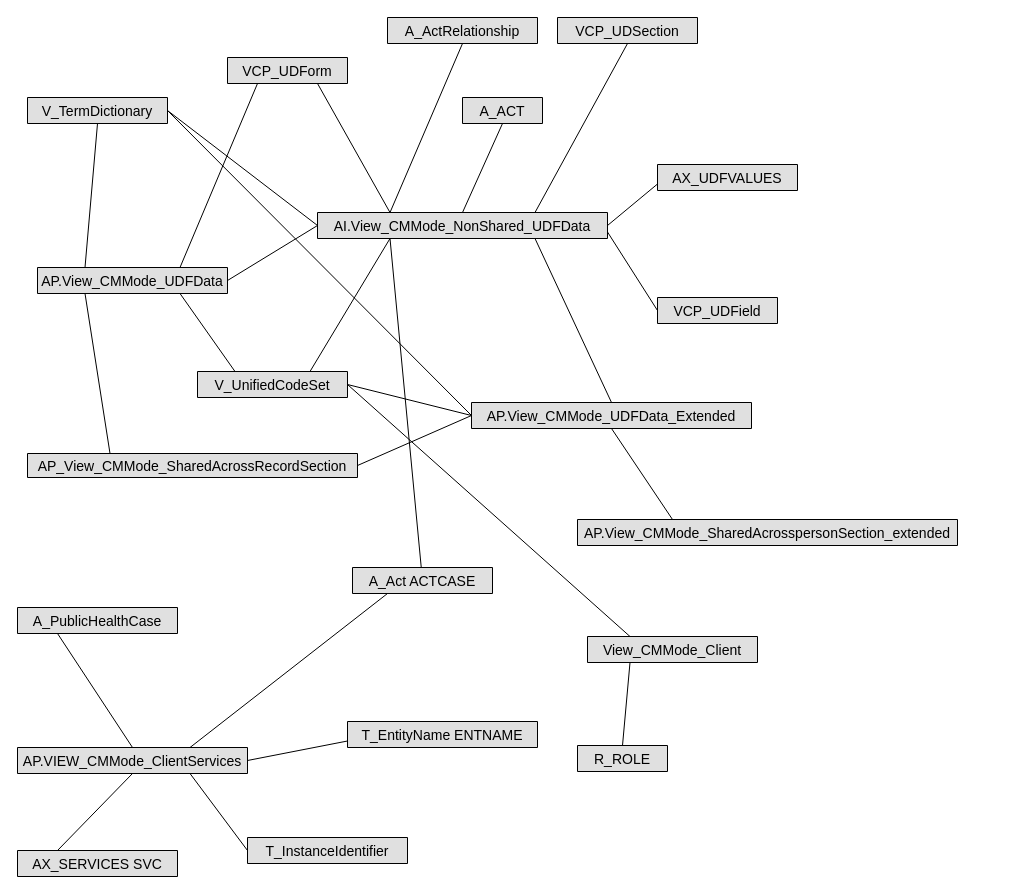
Earlier version of the draw.io diagram HV_DB_ERD.drawio (thomasawolff/verification_text_data). Source tidied: cells renumbered, new cells numbered last; positions are measured from the earlier drawing's top-left corner, leaving out a move shared by most shapes. Both pictures are drawn from the tidied source at 100%, with x=0, y=0 at pixel (17, 17).
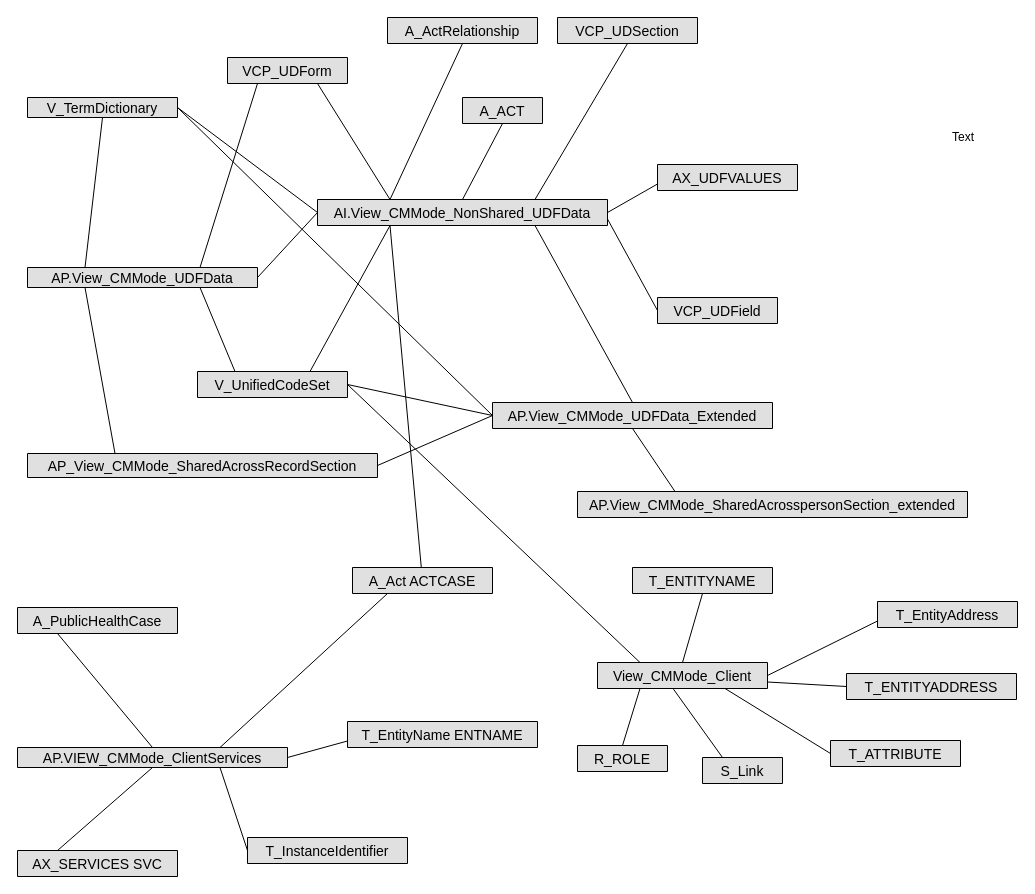
After the change.

Unchanged cells that the change refers to:
```xml
<mxCell id="7" value="V_UnifiedCodeSet" style="swimlane;fontStyle=0;horizontal=1;startSize=26;fillColor=#e0e0e0;swimlaneFillColor=#ffffff;align=center;fontSize=14;" parent="1" vertex="1" collapsed="1">
  <mxGeometry x="180" y="354" width="150" height="26" as="geometry" />
</mxCell>
```

What changed in the source:
```diff
@@
     <mxCell id="2" value="AP.View_CMMode_UDFData" style="swimlane;fontStyle=0;horizontal=1;startSize=26;fillColor=#e0e0e0;swimlaneFillColor=#ffffff;align=center;fontSize=14;" parent="1" vertex="1" collapsed="1">
-      <mxGeometry x="20" y="250" width="190" height="26" as="geometry" />
+      <mxGeometry x="10" y="250" width="230" height="20" as="geometry" />
     </mxCell>
     <mxCell id="3" value="AP_View_CMMode_SharedAcrossRecordSection" style="swimlane;fontStyle=0;horizontal=1;startSize=26;fillColor=#e0e0e0;swimlaneFillColor=#ffffff;align=center;fontSize=14;" parent="1" vertex="1" collapsed="1">
-      <mxGeometry x="10" y="436" width="330" height="24" as="geometry" />
+      <mxGeometry x="10" y="436" width="350" height="24" as="geometry" />
     </mxCell>
@@
     <mxCell id="6" value="V_TermDictionary" style="swimlane;fontStyle=0;horizontal=1;startSize=26;fillColor=#e0e0e0;swimlaneFillColor=#ffffff;align=center;fontSize=14;" parent="1" vertex="1" collapsed="1">
-      <mxGeometry x="10" y="80" width="140" height="26" as="geometry" />
+      <mxGeometry x="10" y="80" width="150" height="20" as="geometry" />
     </mxCell>
@@
     <mxCell id="9" value="AI.View_CMMode_NonShared_UDFData" style="swimlane;fontStyle=0;horizontal=1;startSize=26;fillColor=#e0e0e0;swimlaneFillColor=#ffffff;align=center;fontSize=14;" parent="1" vertex="1" collapsed="1">
-      <mxGeometry x="300" y="195" width="290" height="26" as="geometry" />
+      <mxGeometry x="300" y="182" width="290" height="26" as="geometry" />
     </mxCell>
@@
     <mxCell id="13" value="AP.View_CMMode_UDFData_Extended" style="swimlane;fontStyle=0;horizontal=1;startSize=26;fillColor=#e0e0e0;swimlaneFillColor=#ffffff;align=center;fontSize=14;" parent="1" vertex="1" collapsed="1">
-      <mxGeometry x="454" y="385" width="280" height="26" as="geometry" />
+      <mxGeometry x="475" y="385" width="280" height="26" as="geometry" />
     </mxCell>
@@
-    <mxCell id="16" style="endArrow=none;html=1;exitX=1;exitY=0.5;exitDx=0;exitDy=0;" parent="1" edge="1" source="7">
-      <mxGeometry relative="1" as="geometry">
-        <mxPoint x="454" y="398" as="targetPoint" />
-      </mxGeometry>
+    <mxCell id="16" style="endArrow=none;html=1;exitX=1;exitY=0.5;exitDx=0;exitDy=0;entryX=0;entryY=0.5;entryDx=0;entryDy=0;" parent="1" edge="1" source="7" target="13">
+      <mxGeometry relative="1" as="geometry" />
     </mxCell>
@@
     <mxCell id="18" value="AP.View_CMMode_SharedAcrosspersonSection_extended" style="swimlane;fontStyle=0;horizontal=1;startSize=26;fillColor=#e0e0e0;swimlaneFillColor=#ffffff;align=center;fontSize=14;" parent="1" vertex="1" collapsed="1">
-      <mxGeometry x="560" y="502" width="380" height="26" as="geometry" />
+      <mxGeometry x="560" y="474" width="390" height="26" as="geometry" />
     </mxCell>
@@
     <mxCell id="20" value="AP.VIEW_CMMode_ClientServices" style="swimlane;fontStyle=0;horizontal=1;startSize=26;fillColor=#e0e0e0;swimlaneFillColor=#ffffff;align=center;fontSize=14;" parent="1" vertex="1" collapsed="1">
-      <mxGeometry y="730" width="230" height="26" as="geometry" />
+      <mxGeometry y="730" width="270" height="20" as="geometry" />
     </mxCell>
@@
     <mxCell id="45" value="View_CMMode_Client" style="swimlane;fontStyle=0;horizontal=1;startSize=26;fillColor=#e0e0e0;swimlaneFillColor=#ffffff;align=center;fontSize=14;" parent="1" vertex="1" collapsed="1">
-      <mxGeometry x="570" y="619" width="170" height="26" as="geometry" />
+      <mxGeometry x="580" y="645" width="170" height="26" as="geometry" />
     </mxCell>
@@
+    <mxCell id="49" value="S_Link" style="swimlane;fontStyle=0;horizontal=1;startSize=26;fillColor=#e0e0e0;swimlaneFillColor=#ffffff;align=center;fontSize=14;" parent="1" vertex="1" collapsed="1">
+      <mxGeometry x="685" y="740" width="80" height="26" as="geometry" />
+    </mxCell>
+    <mxCell id="50" style="endArrow=none;html=1;entryX=0.447;entryY=1.026;entryDx=0;entryDy=0;exitX=0.25;exitY=0;exitDx=0;exitDy=0;entryPerimeter=0;" parent="1" edge="1" source="49" target="45">
+      <mxGeometry relative="1" as="geometry" />
+    </mxCell>
+    <mxCell id="51" value="T_ENTITYNAME" style="swimlane;fontStyle=0;horizontal=1;startSize=26;fillColor=#e0e0e0;swimlaneFillColor=#ffffff;align=center;fontSize=14;" parent="1" vertex="1" collapsed="1">
+      <mxGeometry x="615" y="550" width="140" height="26" as="geometry" />
+    </mxCell>
+    <mxCell id="52" style="endArrow=none;html=1;exitX=0.5;exitY=1;exitDx=0;exitDy=0;entryX=0.5;entryY=0;entryDx=0;entryDy=0;" parent="1" edge="1" source="51" target="45">
+      <mxGeometry relative="1" as="geometry" />
+    </mxCell>
+    <mxCell id="53" value="T_EntityAddress" style="swimlane;fontStyle=0;horizontal=1;startSize=26;fillColor=#e0e0e0;swimlaneFillColor=#ffffff;align=center;fontSize=14;" parent="1" vertex="1" collapsed="1">
+      <mxGeometry x="860" y="584" width="140" height="26" as="geometry" />
+    </mxCell>
+    <mxCell id="54" value="T_ENTITYADDRESS" style="swimlane;fontStyle=0;horizontal=1;startSize=26;fillColor=#e0e0e0;swimlaneFillColor=#ffffff;align=center;fontSize=14;" parent="1" vertex="1" collapsed="1">
+      <mxGeometry x="829" y="656" width="170" height="26" as="geometry" />
+    </mxCell>
+    <mxCell id="55" value="Text" style="text;html=1;align=left;verticalAlign=top;spacingTop=-4;" parent="1" vertex="1">
+      <mxGeometry x="933" y="110" width="40" height="20" as="geometry" />
+    </mxCell>
+    <mxCell id="56" style="endArrow=none;html=1;entryX=0;entryY=0.75;entryDx=0;entryDy=0;exitX=1;exitY=0.5;exitDx=0;exitDy=0;" parent="1" edge="1" source="45" target="53">
+      <mxGeometry relative="1" as="geometry" />
+    </mxCell>
+    <mxCell id="57" style="endArrow=none;html=1;exitX=1;exitY=0.75;exitDx=0;exitDy=0;entryX=0;entryY=0.5;entryDx=0;entryDy=0;" parent="1" edge="1" source="45" target="54">
+      <mxGeometry relative="1" as="geometry" />
+    </mxCell>
+    <mxCell id="58" value="T_ATTRIBUTE" style="swimlane;fontStyle=0;horizontal=1;startSize=26;fillColor=#e0e0e0;swimlaneFillColor=#ffffff;align=center;fontSize=14;" parent="1" vertex="1" collapsed="1">
+      <mxGeometry x="813" y="723" width="130" height="26" as="geometry" />
+    </mxCell>
+    <mxCell id="59" style="endArrow=none;html=1;exitX=0.75;exitY=1;exitDx=0;exitDy=0;entryX=0;entryY=0.5;entryDx=0;entryDy=0;" parent="1" edge="1" source="45" target="58">
+      <mxGeometry relative="1" as="geometry" />
+    </mxCell>
```
